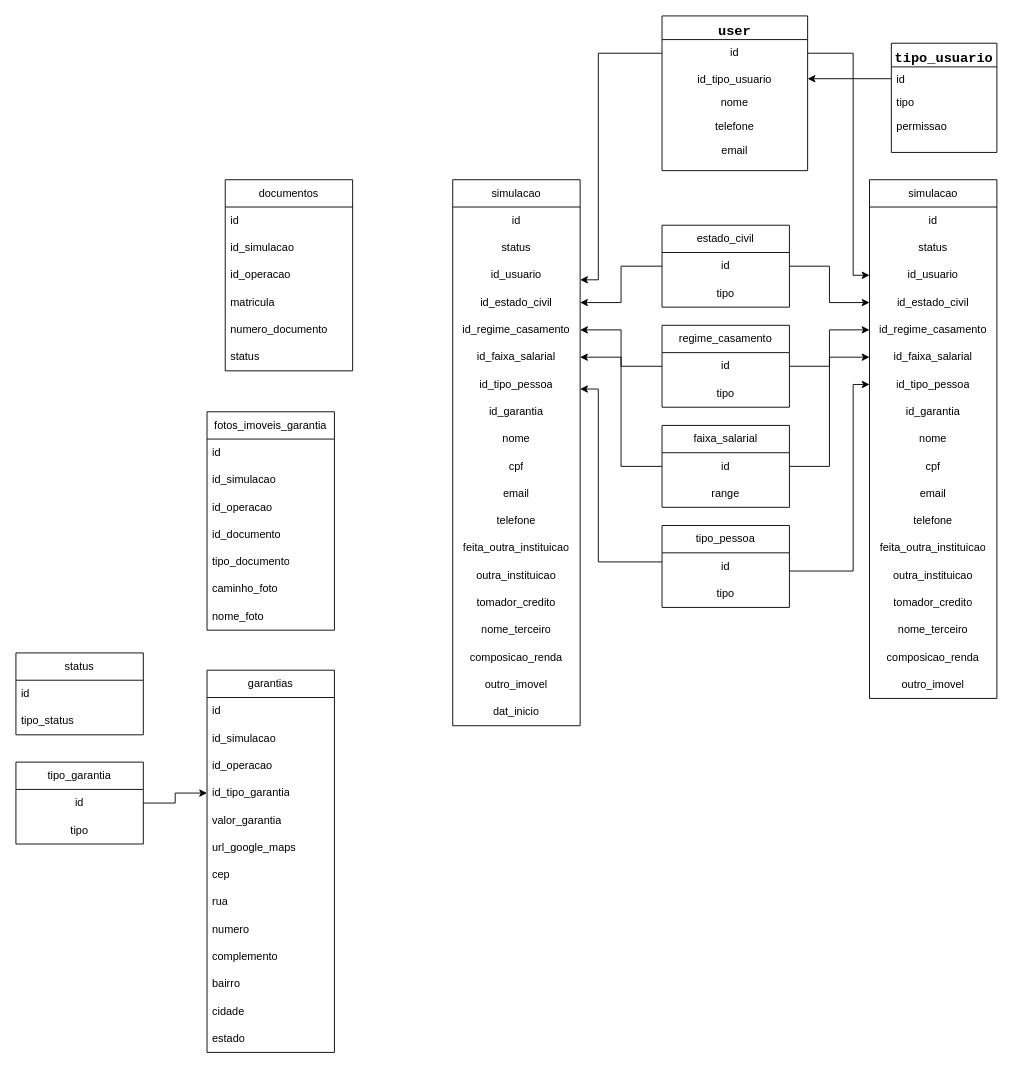
Earlier version of the draw.io diagram Diagrama sem nome.drawio (lucaswalmor/lucaswalmor). Source tidied: cells renumbered, new cells numbered last; positions are measured from the earlier drawing's top-left corner, leaving out a move shared by most shapes. Both pictures are drawn from the tidied source at 91%, with x=0, y=0 at pixel (15, 15).
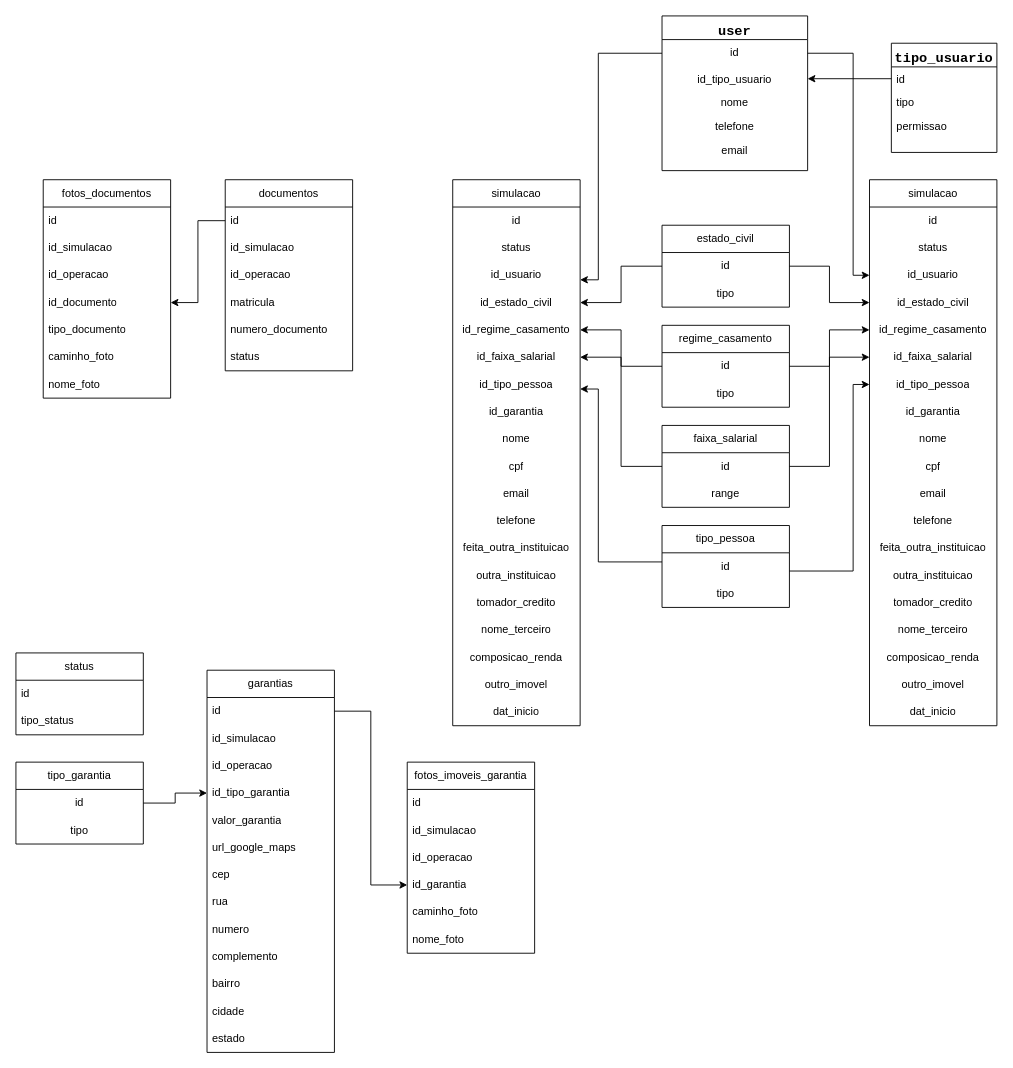
The same page after the edit.

Unchanged cells that the change refers to:
```xml
<mxCell id="78" value="id" style="text;strokeColor=none;fillColor=none;align=left;verticalAlign=middle;spacingLeft=4;spacingRight=4;overflow=hidden;points=[[0,0.5],[1,0.5]];portConstraint=eastwest;whiteSpace=wrap;html=1;" parent="77" vertex="1">
  <mxGeometry y="30" width="140" height="30" as="geometry" />
</mxCell>
<mxCell id="93" value="id" style="text;strokeColor=none;fillColor=none;align=left;verticalAlign=middle;spacingLeft=4;spacingRight=4;overflow=hidden;points=[[0,0.5],[1,0.5]];portConstraint=eastwest;whiteSpace=wrap;html=1;" parent="92" vertex="1">
  <mxGeometry y="30" width="140" height="30" as="geometry" />
</mxCell>
<mxCell id="103" value="id_documento" style="text;strokeColor=none;fillColor=none;align=left;verticalAlign=middle;spacingLeft=4;spacingRight=4;overflow=hidden;points=[[0,0.5],[1,0.5]];portConstraint=eastwest;whiteSpace=wrap;html=1;" parent="99" vertex="1">
  <mxGeometry y="120" width="140" height="30" as="geometry" />
</mxCell>
```

What changed in the source:
```diff
@@
     <mxCell id="48" value="simulacao" style="swimlane;fontStyle=0;horizontal=1;startSize=30;whiteSpace=wrap;html=1;align=center;" parent="1" vertex="1">
-      <mxGeometry x="938" y="180" width="140" height="570" as="geometry" />
+      <mxGeometry x="938" y="180" width="140" height="600" as="geometry" />
     </mxCell>
@@
+    <mxCell id="110" value="dat_inicio" style="text;align=center;verticalAlign=middle;spacingLeft=4;spacingRight=4;overflow=hidden;whiteSpace=wrap;html=1;labelBackgroundColor=none;labelBorderColor=none;shadow=0;rounded=0;swimlaneLine=1;" parent="48" vertex="1">
+      <mxGeometry y="570" width="140" height="30" as="geometry" />
+    </mxCell>
@@
-    <mxCell id="99" value="fotos_imoveis_garantia" style="swimlane;fontStyle=0;horizontal=1;startSize=30;whiteSpace=wrap;html=1;" parent="1" vertex="1">
-      <mxGeometry x="210" y="435" width="140" height="240" as="geometry" />
+    <mxCell id="99" value="fotos_documentos" style="swimlane;fontStyle=0;horizontal=1;startSize=30;whiteSpace=wrap;html=1;" parent="1" vertex="1">
+      <mxGeometry x="30" y="180" width="140" height="240" as="geometry" />
     </mxCell>
@@
+    <mxCell id="111" value="fotos_imoveis_garantia" style="swimlane;fontStyle=0;horizontal=1;startSize=30;whiteSpace=wrap;html=1;" parent="1" vertex="1">
+      <mxGeometry x="430" y="820" width="140" height="210" as="geometry" />
+    </mxCell>
+    <mxCell id="112" value="id" style="text;strokeColor=none;fillColor=none;align=left;verticalAlign=middle;spacingLeft=4;spacingRight=4;overflow=hidden;whiteSpace=wrap;html=1;" parent="111" vertex="1">
+      <mxGeometry y="30" width="140" height="30" as="geometry" />
+    </mxCell>
+    <mxCell id="113" value="id_simulacao" style="text;strokeColor=none;fillColor=none;align=left;verticalAlign=middle;spacingLeft=4;spacingRight=4;overflow=hidden;whiteSpace=wrap;html=1;" parent="111" vertex="1">
+      <mxGeometry y="60" width="140" height="30" as="geometry" />
+    </mxCell>
+    <mxCell id="114" value="id_operacao" style="text;strokeColor=none;fillColor=none;align=left;verticalAlign=middle;spacingLeft=4;spacingRight=4;overflow=hidden;whiteSpace=wrap;html=1;" parent="111" vertex="1">
+      <mxGeometry y="90" width="140" height="30" as="geometry" />
+    </mxCell>
+    <mxCell id="115" value="id_garantia" style="text;strokeColor=none;fillColor=none;align=left;verticalAlign=middle;spacingLeft=4;spacingRight=4;overflow=hidden;points=[[0,0.5],[1,0.5]];portConstraint=eastwest;whiteSpace=wrap;html=1;" parent="111" vertex="1">
+      <mxGeometry y="120" width="140" height="30" as="geometry" />
+    </mxCell>
+    <mxCell id="116" value="caminho_foto" style="text;strokeColor=none;fillColor=none;align=left;verticalAlign=middle;spacingLeft=4;spacingRight=4;overflow=hidden;whiteSpace=wrap;html=1;" parent="111" vertex="1">
+      <mxGeometry y="150" width="140" height="30" as="geometry" />
+    </mxCell>
+    <mxCell id="117" value="nome_foto" style="text;strokeColor=none;fillColor=none;align=left;verticalAlign=middle;spacingLeft=4;spacingRight=4;overflow=hidden;whiteSpace=wrap;html=1;" parent="111" vertex="1">
+      <mxGeometry y="180" width="140" height="30" as="geometry" />
+    </mxCell>
+    <mxCell id="118" style="edgeStyle=orthogonalEdgeStyle;rounded=0;jettySize=auto;html=1;" parent="1" edge="1" source="78" target="115">
+      <mxGeometry relative="1" as="geometry" />
+    </mxCell>
+    <mxCell id="119" style="edgeStyle=orthogonalEdgeStyle;rounded=0;jettySize=auto;html=1;" parent="1" edge="1" source="93" target="103">
+      <mxGeometry relative="1" as="geometry" />
+    </mxCell>
```
